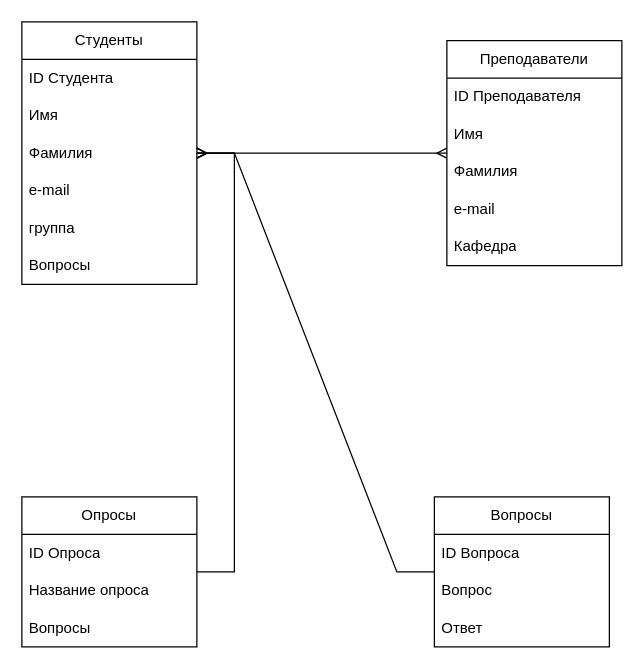
Above: Диаграмма без названия.drawio in notfredder/vsevsevse (draw.io), before the change. Source tidied: cells renumbered, new cells numbered last; positions are measured from the earlier drawing's top-left corner, leaving out a move shared by most shapes. Both pictures are drawn from the tidied source at 125%, with x=0, y=0 at pixel (21, 21).
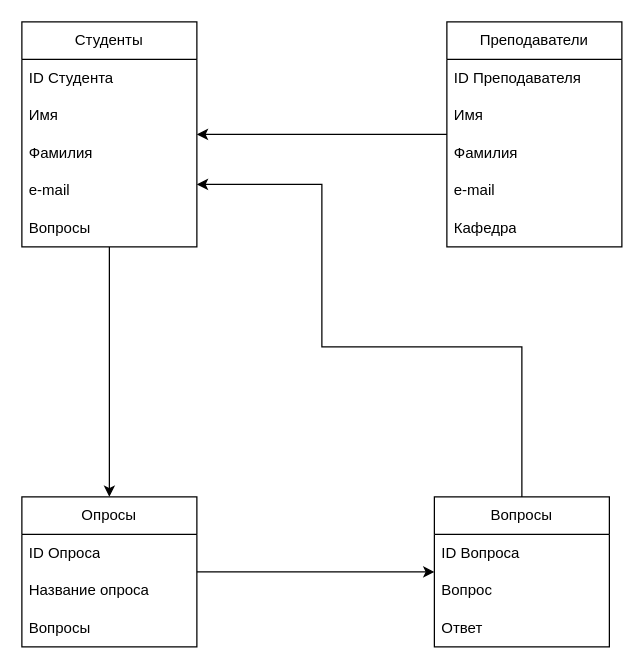
The same page after the edit.

Unchanged cells that the change refers to:
```xml
<mxCell id="12" value="Фамилия" style="text;strokeColor=none;fillColor=none;align=left;verticalAlign=middle;spacingLeft=4;spacingRight=4;overflow=hidden;points=[[0,0.5],[1,0.5]];portConstraint=eastwest;whiteSpace=wrap;html=1;" parent="9" vertex="1">
  <mxGeometry y="90" width="140" height="30" as="geometry" />
</mxCell>
<mxCell id="15" value="Опросы" style="swimlane;fontStyle=0;horizontal=1;startSize=30;whiteSpace=wrap;html=1;" parent="1" vertex="1">
  <mxGeometry y="380" width="140" height="120" as="geometry" />
</mxCell>
<mxCell id="19" value="Вопросы" style="swimlane;fontStyle=0;horizontal=1;startSize=30;whiteSpace=wrap;html=1;" parent="1" vertex="1">
  <mxGeometry x="330" y="380" width="140" height="120" as="geometry" />
</mxCell>
```

The edit, as a diff of the source:
```diff
@@
+    <mxCell id="26" style="edgeStyle=orthogonalEdgeStyle;rounded=0;jettySize=auto;html=1;" parent="1" edge="1" source="2" target="15">
+      <mxGeometry relative="1" as="geometry" />
+    </mxCell>
     <mxCell id="2" value="Студенты" style="swimlane;fontStyle=0;horizontal=1;startSize=30;whiteSpace=wrap;html=1;" parent="1" vertex="1">
-      <mxGeometry width="140" height="210" as="geometry" />
+      <mxGeometry width="140" height="180" as="geometry" />
     </mxCell>
@@
-    <mxCell id="7" value="группа" style="text;strokeColor=none;fillColor=none;align=left;verticalAlign=middle;spacingLeft=4;spacingRight=4;overflow=hidden;whiteSpace=wrap;html=1;" parent="2" vertex="1">
-      <mxGeometry y="150" width="140" height="30" as="geometry" />
-    </mxCell>
     <mxCell id="8" value="Вопросы" style="text;strokeColor=none;fillColor=none;align=left;verticalAlign=middle;spacingLeft=4;spacingRight=4;overflow=hidden;whiteSpace=wrap;html=1;" parent="2" vertex="1">
-      <mxGeometry y="180" width="140" height="30" as="geometry" />
+      <mxGeometry y="150" width="140" height="30" as="geometry" />
     </mxCell>
     <mxCell id="9" value="Преподаватели" style="swimlane;fontStyle=0;horizontal=1;startSize=30;whiteSpace=wrap;html=1;" parent="1" vertex="1">
-      <mxGeometry x="340" y="15" width="140" height="180" as="geometry" />
+      <mxGeometry x="340" width="140" height="180" as="geometry" />
     </mxCell>
@@
+    <mxCell id="23" style="edgeStyle=orthogonalEdgeStyle;rounded=0;jettySize=auto;html=1;" parent="1" edge="1" source="19" target="2">
+      <mxGeometry relative="1" as="geometry">
+        <Array as="points">
+          <mxPoint x="400" y="260" />
+          <mxPoint x="240" y="260" />
+          <mxPoint x="240" y="130" />
+        </Array>
+      </mxGeometry>
+    </mxCell>
@@
-    <mxCell id="23" style="edgeStyle=entityRelationEdgeStyle;fontSize=12;html=1;endArrow=ERmany;rounded=0;" parent="1" edge="1" source="19" target="2">
-      <mxGeometry relative="1" as="geometry">
-        <Array as="points">
-          <mxPoint x="270" y="230" />
-          <mxPoint x="296" y="300" />
-          <mxPoint x="320" y="250" />
-          <mxPoint x="300" y="250" />
-          <mxPoint x="330" y="320" />
-        </Array>
-      </mxGeometry>
-    </mxCell>
-    <mxCell id="24" style="edgeStyle=entityRelationEdgeStyle;fontSize=12;html=1;endArrow=ERmany;rounded=0;" parent="1" edge="1" source="15" target="2">
-      <mxGeometry relative="1" as="geometry">
-        <Array as="points">
-          <mxPoint x="260" y="315" />
-          <mxPoint x="80" y="270" />
-          <mxPoint x="286" y="385" />
-          <mxPoint x="310" y="335" />
-          <mxPoint x="290" y="335" />
-          <mxPoint x="320" y="405" />
-        </Array>
-      </mxGeometry>
-    </mxCell>
-    <mxCell id="25" style="edgeStyle=entityRelationEdgeStyle;fontSize=12;html=1;endArrow=ERmany;startArrow=ERmany;rounded=0;" parent="1" edge="1" source="2" target="9">
-      <mxGeometry relative="1" as="geometry" />
-    </mxCell>
+    <mxCell id="27" style="edgeStyle=orthogonalEdgeStyle;rounded=0;jettySize=auto;html=1;" parent="1" edge="1" source="15" target="19">
+      <mxGeometry relative="1" as="geometry" />
+    </mxCell>
+    <mxCell id="28" style="edgeStyle=orthogonalEdgeStyle;rounded=0;jettySize=auto;html=1;" parent="1" edge="1" source="12" target="2">
+      <mxGeometry relative="1" as="geometry">
+        <Array as="points">
+          <mxPoint x="290" y="90" />
+          <mxPoint x="290" y="90" />
+        </Array>
+      </mxGeometry>
+    </mxCell>
```
